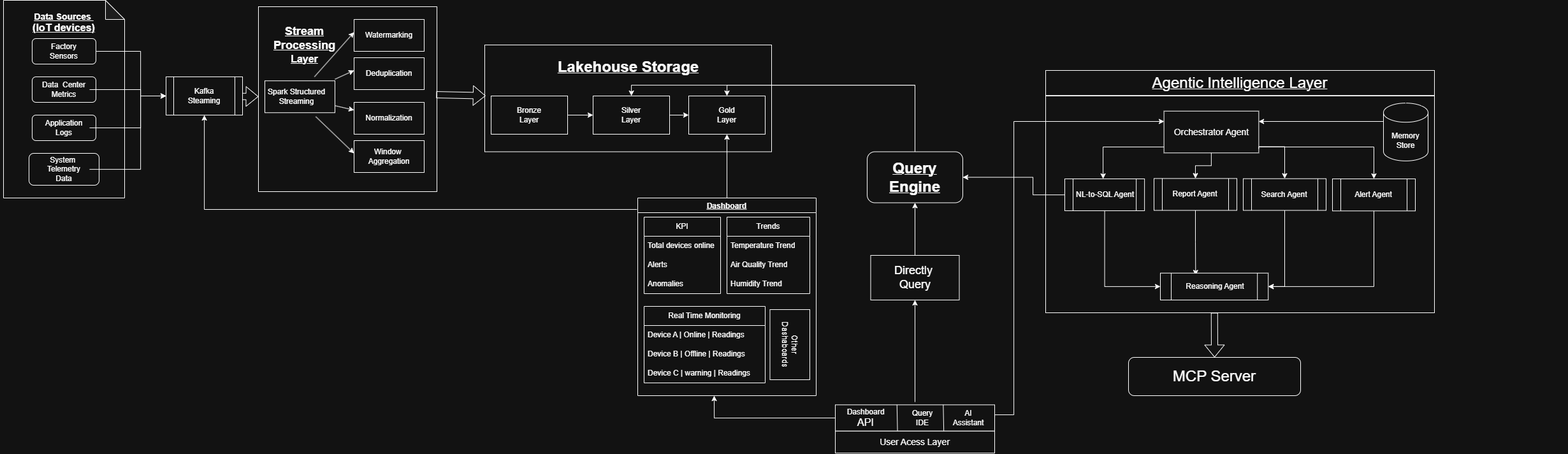
Aaryan1Sinha/SentinelFlow keeps this draw.io diagram as Architecture/High_Level_Architecture.png. Above is the earlier version. Source tidied: cells renumbered, new cells last; positions are measured from the earlier drawing's top-left corner, leaving out a move shared by most shapes.
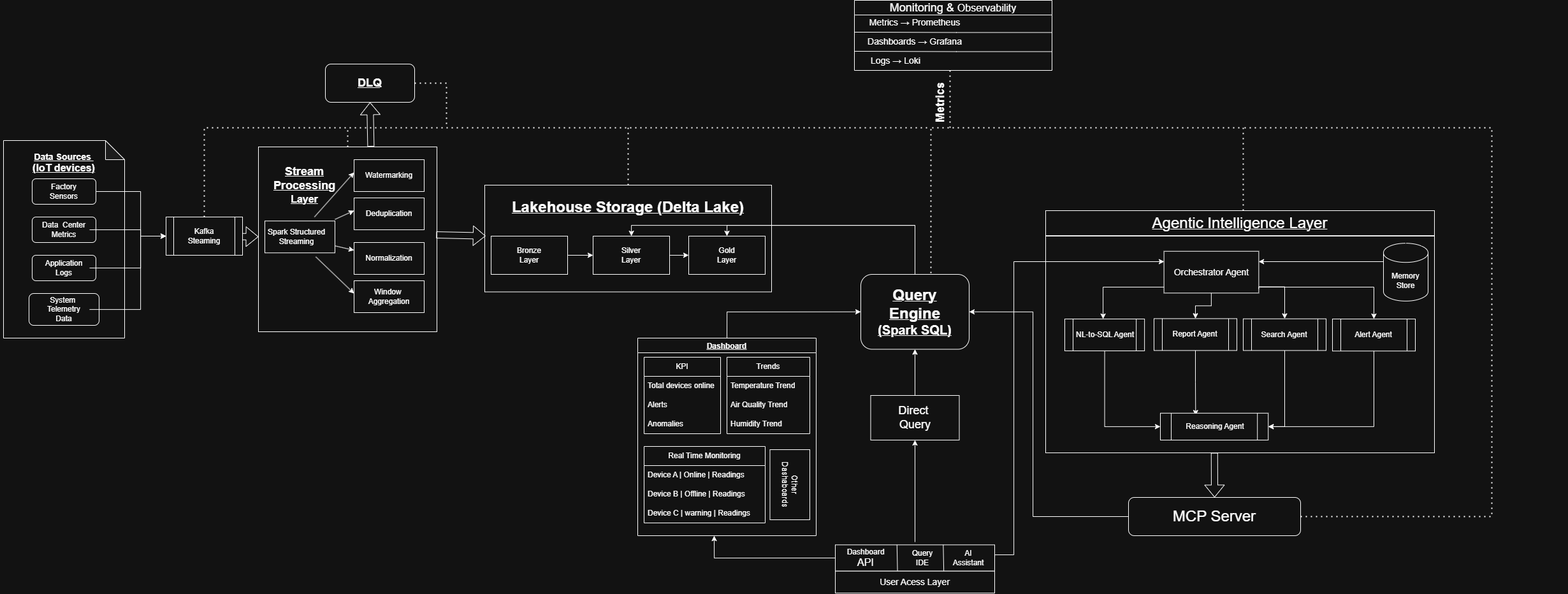
Above is the later version.

Commit message:
Refined Streaming Architecture

Diff of the diagram source:
```diff
@@ -196,8 +196,8 @@
     <mxCell id="55" style="endArrow=classic;html=1;rounded=0;entryX=0;entryY=0.5;entryDx=0;entryDy=0;exitX=1;exitY=0.5;exitDx=0;exitDy=0;" parent="50" edge="1" source="52" target="53">
       <mxGeometry relative="1" as="geometry" />
     </mxCell>
-    <mxCell id="56" value="&lt;b&gt;&lt;u&gt;&lt;font style=&quot;font-size: 24px;&quot;&gt;Lakehouse Storage&lt;/font&gt;&lt;/u&gt;&lt;/b&gt;" style="text;html=1;whiteSpace=wrap;strokeColor=none;fillColor=none;align=center;verticalAlign=middle;rounded=0;" parent="1" vertex="1">
-      <mxGeometry x="867.5" y="80" width="235" height="50" as="geometry" />
+    <mxCell id="56" value="&lt;b&gt;&lt;u&gt;&lt;font style=&quot;font-size: 24px;&quot;&gt;Lakehouse Storage (Delta Lake)&lt;/font&gt;&lt;/u&gt;&lt;/b&gt;" style="text;html=1;whiteSpace=wrap;strokeColor=none;fillColor=none;align=center;verticalAlign=middle;rounded=0;" parent="1" vertex="1">
+      <mxGeometry x="790" y="80" width="390" height="50" as="geometry" />
     </mxCell>
     <mxCell id="57" value="&lt;b&gt;&lt;u&gt;&lt;font style=&quot;font-size: 18px;&quot;&gt;Stream Processing&lt;/font&gt;&lt;/u&gt;&lt;/b&gt;&lt;div&gt;&lt;b&gt;&lt;u&gt;&lt;font size=&quot;3&quot;&gt;Layer&lt;/font&gt;&lt;/u&gt;&lt;/b&gt;&lt;/div&gt;" style="text;html=1;whiteSpace=wrap;strokeColor=none;fillColor=none;align=center;verticalAlign=middle;rounded=0;" parent="1" vertex="1">
       <mxGeometry x="405" y="20" width="145" height="100" as="geometry" />
@@ -247,16 +247,9 @@
     <mxCell id="72" value="Other Dashaboards" style="text;html=1;whiteSpace=wrap;strokeColor=none;fillColor=none;align=center;verticalAlign=middle;rounded=0;rotation=90;" parent="71" vertex="1">
       <mxGeometry x="-11.2" y="34.1" width="84.9" height="41.9" as="geometry" />
     </mxCell>
-    <mxCell id="73" style="edgeStyle=orthogonalEdgeStyle;rounded=0;jettySize=auto;html=1;" parent="1" edge="1" source="58" target="53">
+    <mxCell id="73" style="edgeStyle=orthogonalEdgeStyle;rounded=0;jettySize=auto;html=1;entryX=0;entryY=0.5;entryDx=0;entryDy=0;exitX=0.5;exitY=0;exitDx=0;exitDy=0;" parent="1" edge="1" source="58" target="79">
       <mxGeometry relative="1" as="geometry" />
     </mxCell>
-    <mxCell id="74" style="edgeStyle=orthogonalEdgeStyle;rounded=0;jettySize=auto;html=1;exitX=-0.004;exitY=0.058;exitDx=0;exitDy=0;exitPerimeter=0;" parent="1" edge="1" source="58" target="44">
-      <mxGeometry relative="1" as="geometry">
-        <Array as="points">
-          <mxPoint x="320" y="328" />
-        </Array>
-      </mxGeometry>
-    </mxCell>
     <mxCell id="75" style="edgeStyle=orthogonalEdgeStyle;rounded=0;jettySize=auto;html=1;" parent="1" edge="1" source="79" target="52">
       <mxGeometry relative="1" as="geometry">
         <Array as="points">
@@ -280,13 +273,7 @@
     <mxCell id="78" style="group;" parent="1" vertex="1">
       <mxGeometry x="1690" y="100" width="770" height="610" as="geometry" />
     </mxCell>
-    <mxCell id="79" value="&lt;b&gt;&lt;u&gt;&lt;font style=&quot;font-size: 24px;&quot;&gt;Query&lt;/font&gt;&lt;/u&gt;&lt;/b&gt;&lt;div&gt;&lt;b&gt;&lt;u&gt;&lt;font style=&quot;font-size: 24px;&quot;&gt;Engine&lt;/font&gt;&lt;/u&gt;&lt;/b&gt;&lt;/div&gt;" style="rounded=1;whiteSpace=wrap;html=1;" parent="78" vertex="1">
-      <mxGeometry x="-330" y="137.5" width="150" height="80" as="geometry" />
-    </mxCell>
-    <mxCell id="80" style="edgeStyle=orthogonalEdgeStyle;rounded=0;jettySize=auto;html=1;entryX=0.5;entryY=1;entryDx=0;entryDy=0;" parent="78" edge="1" source="81" target="79">
-      <mxGeometry relative="1" as="geometry" />
-    </mxCell>
-    <mxCell id="81" value="&lt;font style=&quot;font-size: 18px;&quot;&gt;Directly&amp;nbsp;&lt;/font&gt;&lt;div&gt;&lt;font style=&quot;font-size: 18px;&quot;&gt;Query&lt;/font&gt;&lt;/div&gt;" style="rounded=0;whiteSpace=wrap;html=1;" parent="78" vertex="1">
+    <mxCell id="81" value="&lt;font style=&quot;font-size: 18px;&quot;&gt;Direct&lt;/font&gt;&lt;span style=&quot;font-size: 18px; background-color: transparent; color: light-dark(rgb(0, 0, 0), rgb(255, 255, 255));&quot;&gt;&amp;nbsp;&lt;/span&gt;&lt;div&gt;&lt;div&gt;&lt;font style=&quot;font-size: 18px;&quot;&gt;Query&lt;/font&gt;&lt;/div&gt;&lt;/div&gt;" style="rounded=0;whiteSpace=wrap;html=1;" parent="78" vertex="1">
       <mxGeometry x="-324.5" y="300" width="139" height="70" as="geometry" />
     </mxCell>
     <mxCell id="82" style="group;" parent="78" vertex="1">
@@ -428,14 +415,6 @@
         </Array>
       </mxGeometry>
     </mxCell>
-    <mxCell id="112" style="edgeStyle=orthogonalEdgeStyle;rounded=0;jettySize=auto;html=1;entryX=1;entryY=0.5;entryDx=0;entryDy=0;" parent="78" edge="1" source="109" target="79">
-      <mxGeometry relative="1" as="geometry">
-        <Array as="points">
-          <mxPoint x="-70" y="205" />
-          <mxPoint x="-70" y="177" />
-        </Array>
-      </mxGeometry>
-    </mxCell>
     <mxCell id="113" value="&lt;span style=&quot;font-size: 24px;&quot;&gt;MCP Server&lt;/span&gt;" style="rounded=1;whiteSpace=wrap;html=1;" parent="78" vertex="1">
       <mxGeometry x="80" y="460" width="270" height="60" as="geometry" />
     </mxCell>
@@ -445,5 +424,114 @@
         <mxPoint x="215.1" y="460" as="targetPoint" />
       </mxGeometry>
     </mxCell>
+    <mxCell id="115" style="endArrow=none;dashed=1;html=1;dashPattern=1 3;strokeWidth=2;rounded=0;exitX=1;exitY=0.5;exitDx=0;exitDy=0;" parent="78" edge="1" source="113">
+      <mxGeometry relative="1" as="geometry">
+        <mxPoint x="260" y="-120" as="targetPoint" />
+        <Array as="points">
+          <mxPoint x="650" y="490" />
+          <mxPoint x="650" y="-120" />
+        </Array>
+      </mxGeometry>
+    </mxCell>
+    <mxCell id="116" style="endArrow=none;dashed=1;html=1;dashPattern=1 3;strokeWidth=2;rounded=0;exitX=0.5;exitY=0;exitDx=0;exitDy=0;" parent="1" edge="1" source="44">
+      <mxGeometry relative="1" as="geometry">
+        <mxPoint x="1460" y="-20" as="targetPoint" />
+        <Array as="points">
+          <mxPoint x="320" y="-20" />
+        </Array>
+      </mxGeometry>
+    </mxCell>
+    <mxCell id="117" style="endArrow=none;dashed=1;html=1;dashPattern=1 3;strokeWidth=2;rounded=0;exitX=0.5;exitY=0;exitDx=0;exitDy=0;" parent="1" edge="1" source="24">
+      <mxGeometry relative="1" as="geometry">
+        <mxPoint x="545" y="-20" as="targetPoint" />
+      </mxGeometry>
+    </mxCell>
+    <mxCell id="118" style="endArrow=none;dashed=1;html=1;dashPattern=1 3;strokeWidth=2;rounded=0;exitX=0.5;exitY=0;exitDx=0;exitDy=0;" parent="1" edge="1" source="48">
+      <mxGeometry relative="1" as="geometry">
+        <mxPoint x="985" y="-20" as="targetPoint" />
+      </mxGeometry>
+    </mxCell>
+    <mxCell id="119" style="endArrow=none;dashed=1;html=1;dashPattern=1 3;strokeWidth=2;rounded=0;" parent="1" edge="1">
+      <mxGeometry relative="1" as="geometry">
+        <mxPoint x="1460" y="240" as="sourcePoint" />
+        <mxPoint x="1460" y="-20" as="targetPoint" />
+      </mxGeometry>
+    </mxCell>
+    <mxCell id="120" style="endArrow=none;dashed=1;html=1;dashPattern=1 3;strokeWidth=2;rounded=0;" parent="1" edge="1">
+      <mxGeometry relative="1" as="geometry">
+        <mxPoint x="1950" y="110" as="sourcePoint" />
+        <mxPoint x="1460" y="-20" as="targetPoint" />
+        <Array as="points">
+          <mxPoint x="1950" y="-20" />
+        </Array>
+      </mxGeometry>
+    </mxCell>
+    <mxCell id="121" style="endArrow=none;dashed=1;html=1;dashPattern=1 3;strokeWidth=2;rounded=0;" parent="1" edge="1">
+      <mxGeometry relative="1" as="geometry">
+        <mxPoint x="1490" y="-20" as="sourcePoint" />
+        <mxPoint x="1490" y="-110" as="targetPoint" />
+      </mxGeometry>
+    </mxCell>
+    <mxCell id="122" value="&lt;b&gt;&lt;font style=&quot;font-size: 18px;&quot;&gt;Metrics&lt;/font&gt;&lt;/b&gt;" style="text;html=1;whiteSpace=wrap;strokeColor=none;fillColor=none;align=center;verticalAlign=middle;rounded=0;rotation=270;" parent="1" vertex="1">
+      <mxGeometry x="1455" y="-70" width="40" height="20" as="geometry" />
+    </mxCell>
+    <mxCell id="123" value="&lt;font style=&quot;font-weight: 400; font-size: 18px;&quot;&gt;Monitoring &amp;amp; &lt;/font&gt;&lt;span style=&quot;color: light-dark(rgb(0, 0, 0), rgb(255, 255, 255)); font-weight: 400; background-color: transparent; font-size: medium;&quot;&gt;Observability&lt;/span&gt;" style="swimlane;whiteSpace=wrap;html=1;" parent="1" vertex="1">
+      <mxGeometry x="1340" y="-220" width="310" height="110" as="geometry" />
+    </mxCell>
+    <mxCell id="124" value="&lt;span style=&quot;font-size: 14px; text-align: left;&quot;&gt;Metrics → Prometheus&lt;/span&gt;" style="text;html=1;whiteSpace=wrap;strokeColor=none;fillColor=none;align=center;verticalAlign=middle;rounded=0;" parent="123" vertex="1">
+      <mxGeometry y="20" width="190" height="30" as="geometry" />
+    </mxCell>
+    <mxCell id="125" value="&lt;span style=&quot;font-size: 14px; text-align: left;&quot;&gt;Dashboards → Grafana&lt;/span&gt;" style="text;html=1;whiteSpace=wrap;strokeColor=none;fillColor=none;align=center;verticalAlign=middle;rounded=0;" parent="123" vertex="1">
+      <mxGeometry y="50" width="190" height="30" as="geometry" />
+    </mxCell>
+    <mxCell id="126" value="&lt;span style=&quot;font-size: 14px; text-align: left;&quot;&gt;Logs → Loki&lt;/span&gt;" style="text;html=1;whiteSpace=wrap;strokeColor=none;fillColor=none;align=center;verticalAlign=middle;rounded=0;" parent="123" vertex="1">
+      <mxGeometry y="80" width="130" height="30" as="geometry" />
+    </mxCell>
+    <mxCell id="127" style="endArrow=none;html=1;rounded=0;exitX=0;exitY=0.75;exitDx=0;exitDy=0;" parent="123" edge="1">
+      <mxGeometry relative="1" as="geometry">
+        <mxPoint y="80" as="sourcePoint" />
+        <mxPoint x="310" y="80.5" as="targetPoint" />
+        <Array as="points">
+          <mxPoint x="160" y="80.5" />
+        </Array>
+      </mxGeometry>
+    </mxCell>
+    <mxCell id="128" style="endArrow=none;html=1;rounded=0;exitX=0;exitY=0.75;exitDx=0;exitDy=0;" parent="123" edge="1">
+      <mxGeometry relative="1" as="geometry">
+        <mxPoint y="50" as="sourcePoint" />
+        <mxPoint x="310" y="50.5" as="targetPoint" />
+        <Array as="points">
+          <mxPoint x="160" y="50.5" />
+        </Array>
+      </mxGeometry>
+    </mxCell>
+    <mxCell id="79" value="&lt;b&gt;&lt;u&gt;&lt;font style=&quot;font-size: 24px;&quot;&gt;Query&lt;/font&gt;&lt;/u&gt;&lt;/b&gt;&lt;div&gt;&lt;b&gt;&lt;u&gt;&lt;font style=&quot;font-size: 24px;&quot;&gt;Engine&lt;/font&gt;&lt;/u&gt;&lt;/b&gt;&lt;/div&gt;&lt;div&gt;&lt;b&gt;&lt;u&gt;&lt;font style=&quot;font-size: 20px;&quot;&gt;(Spark SQL)&lt;/font&gt;&lt;/u&gt;&lt;/b&gt;&lt;/div&gt;" style="rounded=1;whiteSpace=wrap;html=1;" parent="1" vertex="1">
+      <mxGeometry x="1350" y="210" width="170" height="117.5" as="geometry" />
+    </mxCell>
+    <mxCell id="112" style="edgeStyle=orthogonalEdgeStyle;rounded=0;jettySize=auto;html=1;entryX=1;entryY=0.5;entryDx=0;entryDy=0;exitX=0;exitY=0.5;exitDx=0;exitDy=0;" parent="1" edge="1" source="113" target="79">
+      <mxGeometry relative="1" as="geometry">
+        <Array as="points">
+          <mxPoint x="1620" y="590" />
+          <mxPoint x="1620" y="269" />
+        </Array>
+      </mxGeometry>
+    </mxCell>
+    <mxCell id="80" style="edgeStyle=orthogonalEdgeStyle;rounded=0;jettySize=auto;html=1;entryX=0.5;entryY=1;entryDx=0;entryDy=0;" parent="1" edge="1" source="81" target="79">
+      <mxGeometry relative="1" as="geometry" />
+    </mxCell>
+    <mxCell id="129" value="&lt;font style=&quot;font-size: 18px;&quot;&gt;&lt;b&gt;&lt;u&gt;DLQ&lt;/u&gt;&lt;/b&gt;&lt;/font&gt;" style="rounded=1;whiteSpace=wrap;html=1;" parent="1" vertex="1">
+      <mxGeometry x="510" y="-120" width="140" height="60" as="geometry" />
+    </mxCell>
+    <mxCell id="130" style="shape=flexArrow;endArrow=classic;html=1;rounded=0;exitX=0.63;exitY=-0.002;exitDx=0;exitDy=0;entryX=0.5;entryY=1;entryDx=0;entryDy=0;exitPerimeter=0;" parent="1" edge="1" source="24" target="129">
+      <mxGeometry relative="1" as="geometry" />
+    </mxCell>
+    <mxCell id="131" style="endArrow=none;dashed=1;html=1;dashPattern=1 3;strokeWidth=2;rounded=0;exitX=1;exitY=0.5;exitDx=0;exitDy=0;" parent="1" edge="1" source="129">
+      <mxGeometry relative="1" as="geometry">
+        <mxPoint x="700" y="-20" as="targetPoint" />
+        <Array as="points">
+          <mxPoint x="700" y="-90" />
+        </Array>
+      </mxGeometry>
+    </mxCell>
   </root>
 </mxGraphModel>
```
